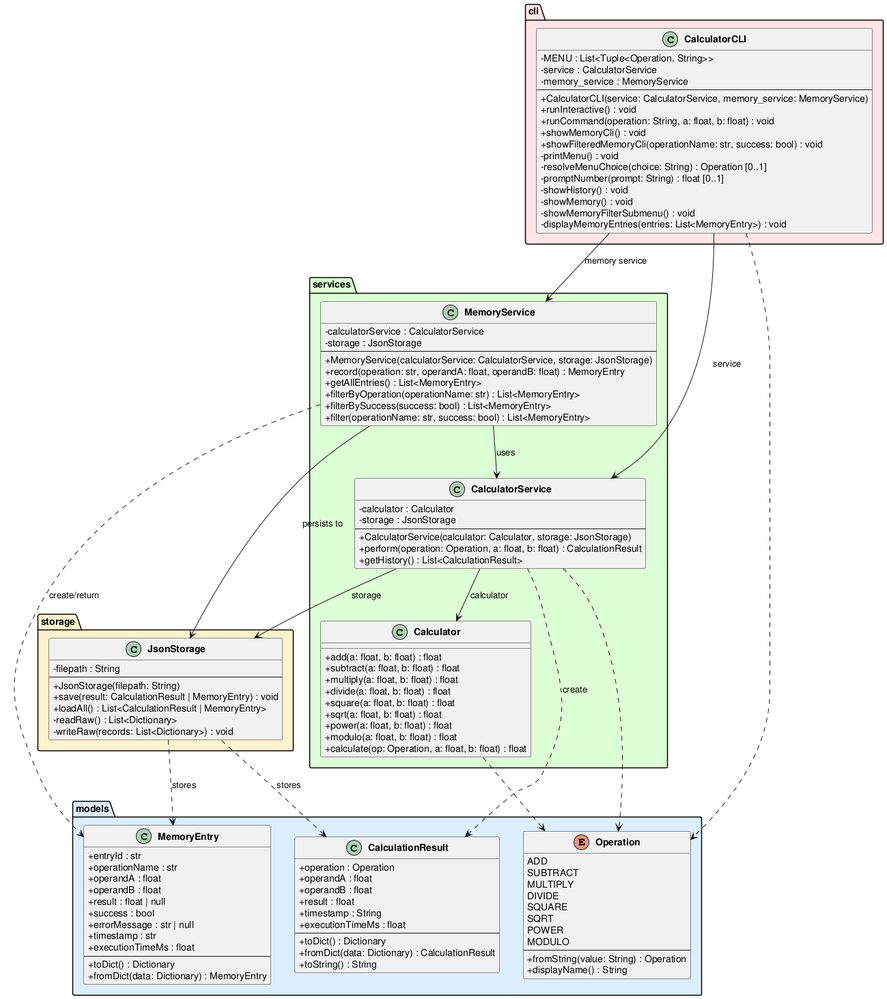
DanielRiha8906/Software_autoevolution_using_agents keeps this PlantUML diagram as experiments/supervisor_as_tools/user_stories/calculator/artifacts/class_diagram.png. Above is the earlier version.
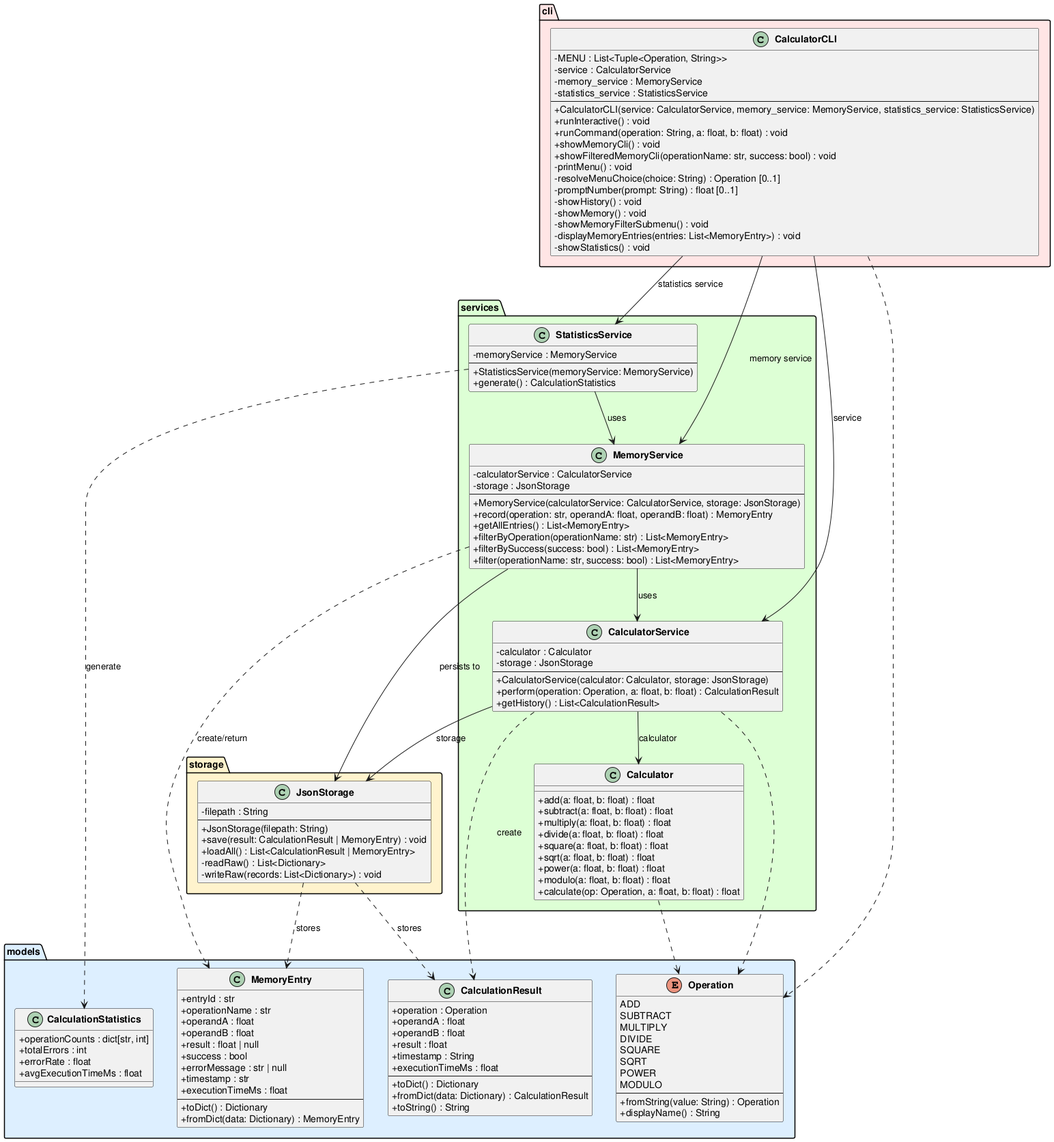
The same file after the commit.

Change to the diagram source:
```diff
@@ -45,6 +45,13 @@
         +toDict() : Dictionary
         +fromDict(data: Dictionary) : MemoryEntry
     }
+
+    class CalculationStatistics {
+        +operationCounts : dict[str, int]
+        +totalErrors : int
+        +errorRate : float
+        +avgExecutionTimeMs : float
+    }
 }
 
 package "services" #DDFFD4 {
@@ -80,6 +87,13 @@
         +filterBySuccess(success: bool) : List<MemoryEntry>
         +filter(operationName: str, success: bool) : List<MemoryEntry>
     }
+
+    class StatisticsService {
+        -memoryService : MemoryService
+        --
+        +StatisticsService(memoryService: MemoryService)
+        +generate() : CalculationStatistics
+    }
 }
 
 package "storage" #FFF3CC {
@@ -99,8 +113,9 @@
         -MENU : List<Tuple<Operation, String>>
         -service : CalculatorService
         -memory_service : MemoryService
+        -statistics_service : StatisticsService
         --
-        +CalculatorCLI(service: CalculatorService, memory_service: MemoryService)
+        +CalculatorCLI(service: CalculatorService, memory_service: MemoryService, statistics_service: StatisticsService)
         +runInteractive() : void
         +runCommand(operation: String, a: float, b: float) : void
         +showMemoryCli() : void
@@ -112,18 +127,22 @@
         -showMemory() : void
         -showMemoryFilterSubmenu() : void
         -displayMemoryEntries(entries: List<MemoryEntry>) : void
+        -showStatistics() : void
     }
 }
 
 CalculatorCLI --> CalculatorService : service
 CalculatorCLI --> MemoryService : memory service
+CalculatorCLI --> StatisticsService : statistics service
 CalculatorService --> Calculator : calculator
 CalculatorService --> JsonStorage : storage
 MemoryService --> CalculatorService : uses
 MemoryService --> JsonStorage : persists to
+StatisticsService --> MemoryService : uses
 
 CalculatorService ..> CalculationResult : create
 MemoryService ..> MemoryEntry : create/return
+StatisticsService ..> CalculationStatistics : generate
 CalculatorService ..> Operation
 CalculatorCLI ..> Operation
 Calculator ..> Operation
```
